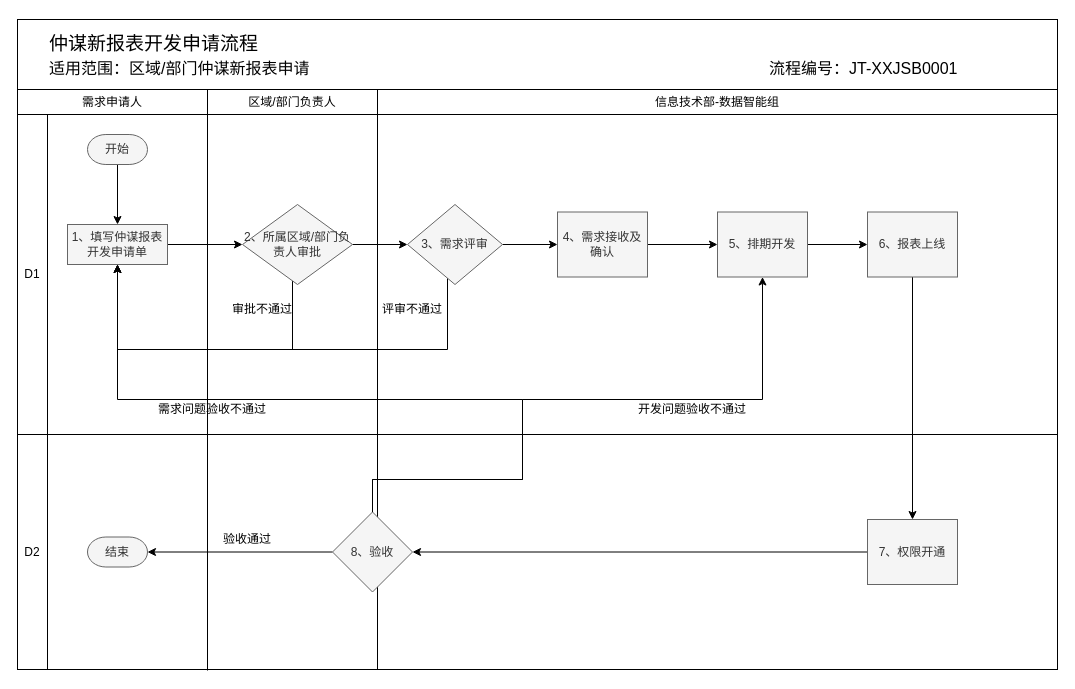
Earlier version of the draw.io diagram page "新报表开发需求申请流程" (1 of 4) of pet_data_warehouse/内控流程.drawio (fangzheng0518/draw). Source tidied: cells renumbered, new cells numbered last; positions are measured from the earlier drawing's top-left corner, leaving out a move shared by most shapes. Both pictures are drawn from the tidied source at 100%, with x=0, y=0 at pixel (17, 19).
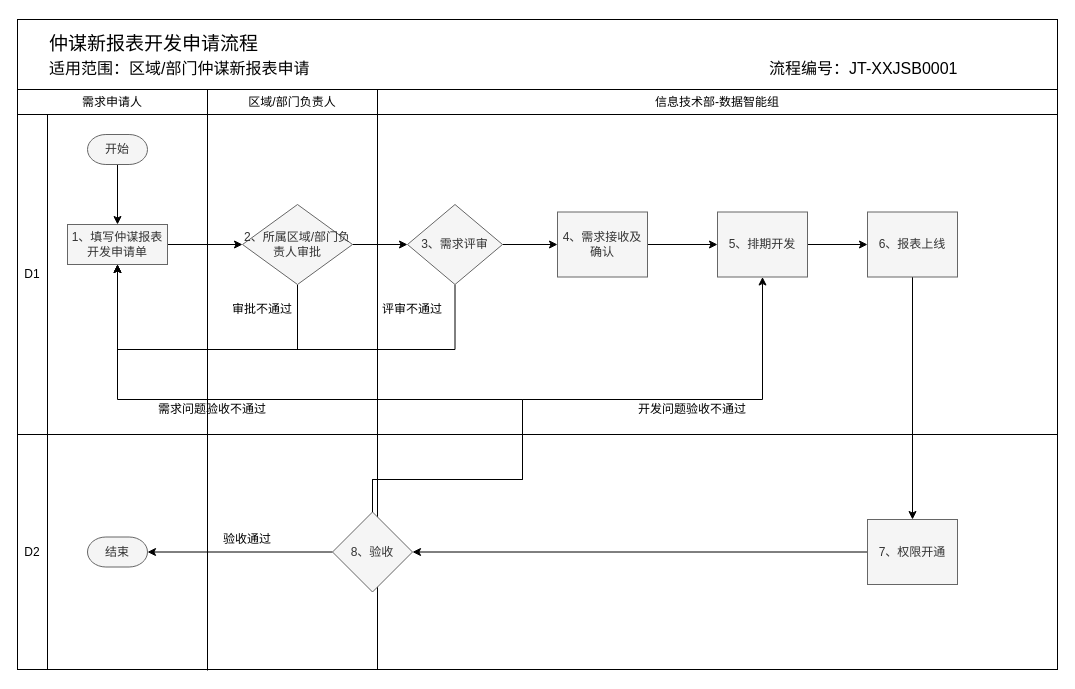
The same diagram, later.

The change refers to these unchanged cells:
```xml
<mxCell id="12" value="1、填写仲谋报表开发申请单" style="rounded=0;whiteSpace=wrap;html=1;strokeColor=#666666;strokeWidth=1;fillColor=#f5f5f5;fontColor=#333333;" parent="1" vertex="1">
  <mxGeometry x="50" y="205" width="100" height="40" as="geometry" />
</mxCell>
<mxCell id="15" value="2、所属区域/部门负责人审批" style="rhombus;whiteSpace=wrap;html=1;strokeColor=#666666;strokeWidth=1;fillColor=#f5f5f5;fontColor=#333333;" parent="1" vertex="1">
  <mxGeometry x="225" y="185" width="110" height="80" as="geometry" />
</mxCell>
<mxCell id="23" value="3、需求评审" style="rhombus;whiteSpace=wrap;html=1;strokeColor=#666666;strokeWidth=1;fillColor=#f5f5f5;fontColor=#333333;" parent="1" vertex="1">
  <mxGeometry x="390" y="185" width="95" height="80" as="geometry" />
</mxCell>
```

What changed in the source:
```diff
@@
-    <mxCell id="13" style="edgeStyle=orthogonalEdgeStyle;rounded=0;jettySize=auto;html=1;entryX=0.5;entryY=1;entryDx=0;entryDy=0;" parent="1" edge="1" source="15" target="12">
+    <mxCell id="13" style="edgeStyle=orthogonalEdgeStyle;rounded=0;jettySize=auto;html=1;entryX=0.5;entryY=1;entryDx=0;entryDy=0;exitX=0.5;exitY=1;exitDx=0;exitDy=0;" parent="1" edge="1" source="15" target="12">
       <mxGeometry relative="1" as="geometry">
         <Array as="points">
-          <mxPoint x="275" y="330" />
+          <mxPoint x="280" y="330" />
           <mxPoint x="100" y="330" />
         </Array>
       </mxGeometry>
     </mxCell>
@@
-    <mxCell id="22" style="edgeStyle=orthogonalEdgeStyle;rounded=0;jettySize=auto;html=1;entryX=0.5;entryY=1;entryDx=0;entryDy=0;" parent="1" edge="1" source="23" target="12">
+    <mxCell id="22" style="edgeStyle=orthogonalEdgeStyle;rounded=0;jettySize=auto;html=1;entryX=0.5;entryY=1;entryDx=0;entryDy=0;exitX=0.5;exitY=1;exitDx=0;exitDy=0;" parent="1" edge="1" source="23" target="12">
       <mxGeometry relative="1" as="geometry">
         <Array as="points">
-          <mxPoint x="430" y="330" />
+          <mxPoint x="438" y="330" />
           <mxPoint x="100" y="330" />
         </Array>
       </mxGeometry>
     </mxCell>
```
